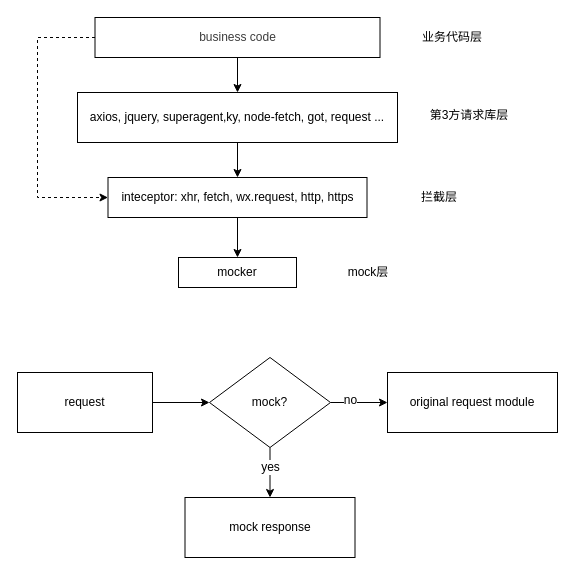
Above: docs/tmp.drawio in huturen/http-request-mock (draw.io), before the change. Source tidied: cells renumbered, new cells numbered last; positions are measured from the earlier drawing's top-left corner, leaving out a move shared by most shapes. Both pictures are drawn from the tidied source at 100%, with x=0, y=0 at pixel (17, 17).
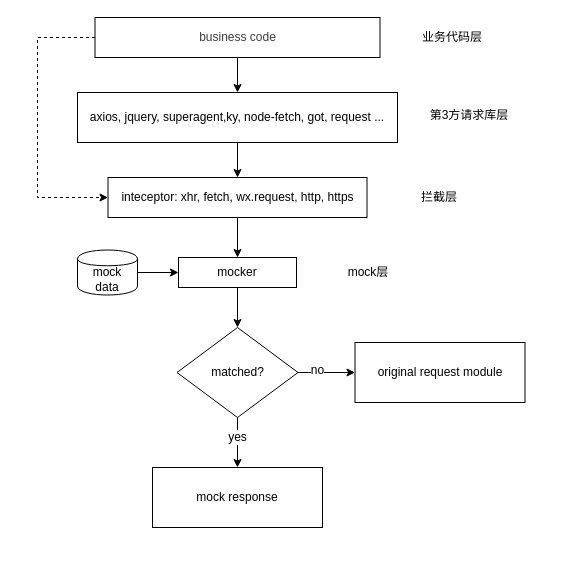
The same page after the edit.

Unchanged cells that the change refers to:
```xml
<mxCell id="9" value="mocker" style="rounded=0;whiteSpace=wrap;html=1;" parent="1" vertex="1">
  <mxGeometry x="161" y="240" width="118" height="30" as="geometry" />
</mxCell>
```

The edit, as a diff of the source:
```diff
@@
+    <mxCell id="23" style="edgeStyle=orthogonalEdgeStyle;rounded=0;jettySize=auto;html=1;entryX=0.5;entryY=0;entryDx=0;entryDy=0;" parent="1" edge="1" source="9" target="21">
+      <mxGeometry relative="1" as="geometry" />
+    </mxCell>
@@
     <mxCell id="14" value="original request module" style="rounded=0;whiteSpace=wrap;html=1;" parent="1" vertex="1">
-      <mxGeometry x="370" y="355" width="170" height="60" as="geometry" />
+      <mxGeometry x="337.5" y="325" width="170" height="60" as="geometry" />
     </mxCell>
-    <mxCell id="15" style="edgeStyle=orthogonalEdgeStyle;rounded=0;jettySize=auto;html=1;entryX=0;entryY=0.5;entryDx=0;entryDy=0;" parent="1" edge="1" source="16" target="21">
-      <mxGeometry relative="1" as="geometry" />
-    </mxCell>
-    <mxCell id="16" value="request" style="rounded=0;whiteSpace=wrap;html=1;" parent="1" vertex="1">
-      <mxGeometry y="355" width="135" height="60" as="geometry" />
-    </mxCell>
@@
-    <mxCell id="21" value="mock?" style="rhombus;whiteSpace=wrap;html=1;" parent="1" vertex="1">
-      <mxGeometry x="192" y="340" width="121" height="90" as="geometry" />
+    <mxCell id="21" value="matched?" style="rhombus;whiteSpace=wrap;html=1;" parent="1" vertex="1">
+      <mxGeometry x="159.5" y="310" width="121" height="90" as="geometry" />
     </mxCell>
     <mxCell id="22" value="mock response" style="rounded=0;whiteSpace=wrap;html=1;" parent="1" vertex="1">
-      <mxGeometry x="167.5" y="480" width="170" height="60" as="geometry" />
+      <mxGeometry x="135" y="450" width="170" height="60" as="geometry" />
     </mxCell>
+    <mxCell id="24" style="edgeStyle=orthogonalEdgeStyle;rounded=0;jettySize=auto;html=1;entryX=0;entryY=0.5;entryDx=0;entryDy=0;" parent="1" edge="1" source="25" target="9">
+      <mxGeometry relative="1" as="geometry" />
+    </mxCell>
+    <mxCell id="25" value="mock&lt;br&gt;data" style="shape=cylinder;whiteSpace=wrap;html=1;boundedLbl=1;backgroundOutline=1;" parent="1" vertex="1">
+      <mxGeometry x="60" y="232.5" width="60" height="45" as="geometry" />
+    </mxCell>
```
